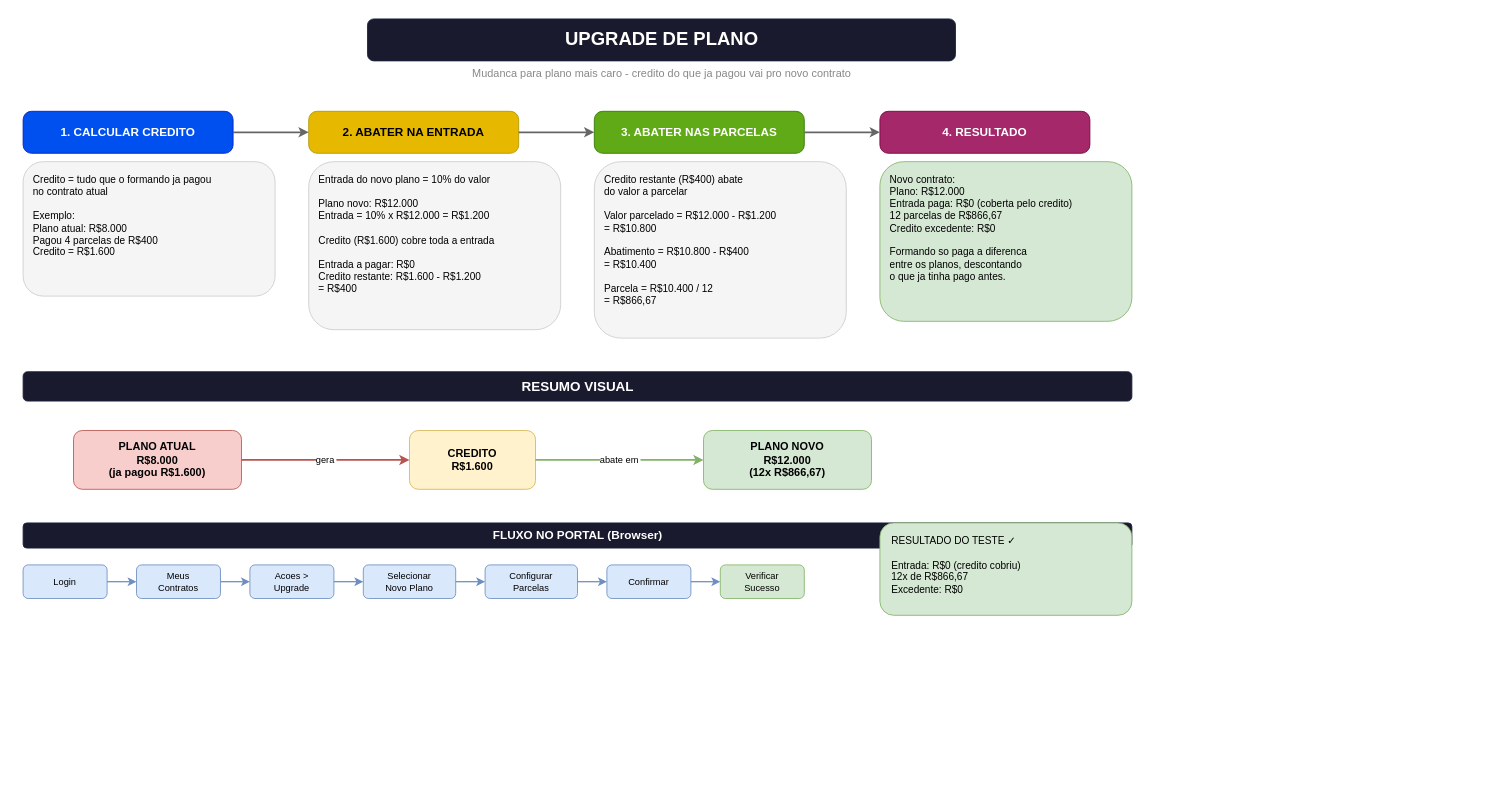
The draw.io diagram docs/upgrade.drawio in lucasaugustodev/cli-hub-portal-vibe, before the edit. Source tidied: cells renumbered, new cells numbered last; positions are measured from the earlier drawing's top-left corner, leaving out a move shared by most shapes. Both pictures are drawn from the tidied source at 84%, with x=0, y=0 at pixel (23, 18).
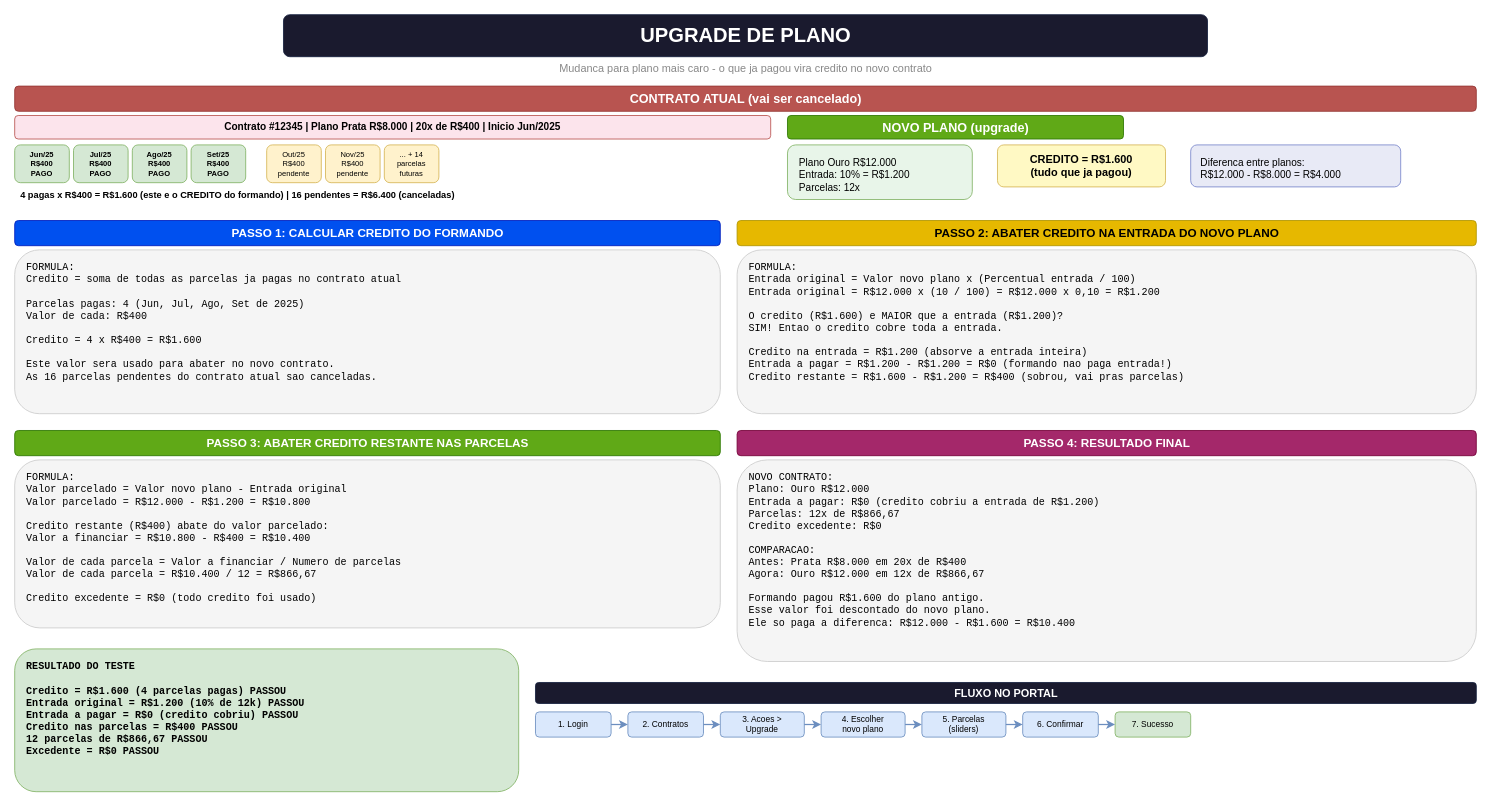
The same page after the edit.

Commit message:
docs: improve upgrade diagram with visual contract example

Change to the diagram source:
```diff
@@
-    <mxCell id="2" value="UPGRADE DE PLANO" style="text;html=1;align=center;verticalAlign=middle;fontSize=22;fontStyle=1;fillColor=#1a1a2e;fontColor=#FFFFFF;rounded=1;strokeColor=#16213e;spacingTop=8;spacingBottom=8;" parent="1" vertex="1">
-      <mxGeometry x="410" width="700" height="50" as="geometry" />
+    <mxCell id="2" value="UPGRADE DE PLANO" style="text;html=1;align=center;verticalAlign=middle;fontSize=24;fontStyle=1;fillColor=#1a1a2e;fontColor=#FFFFFF;rounded=1;strokeColor=#16213e;spacingTop=8;spacingBottom=8;" parent="1" vertex="1">
+      <mxGeometry x="310" y="-5" width="1100" height="50" as="geometry" />
     </mxCell>
-    <mxCell id="3" value="Mudanca para plano mais caro - credito do que ja pagou vai pro novo contrato" style="text;html=1;align=center;verticalAlign=middle;fontSize=13;fontColor=#888888;" parent="1" vertex="1">
-      <mxGeometry x="360" y="52" width="800" height="25" as="geometry" />
+    <mxCell id="3" value="Mudanca para plano mais caro - o que ja pagou vira credito no novo contrato" style="text;html=1;align=center;verticalAlign=middle;fontSize=13;fontColor=#888888;" parent="1" vertex="1">
+      <mxGeometry x="360" y="48" width="1000" height="22" as="geometry" />
     </mxCell>
-    <mxCell id="4" value="1. CALCULAR CREDITO" style="rounded=1;whiteSpace=wrap;html=1;fillColor=#0050ef;fontColor=#ffffff;strokeColor=#001DBC;fontSize=14;fontStyle=1;arcSize=20;" parent="1" vertex="1">
-      <mxGeometry y="110" width="250" height="50" as="geometry" />
-    </mxCell>
-    <mxCell id="5" value="Credito = tudo que o formando ja pagou&#10;no contrato atual&#10;&#10;Exemplo:&#10;  Plano atual: R$8.000&#10;  Pagou 4 parcelas de R$400&#10;  Credito = R$1.600" style="rounded=1;whiteSpace=wrap;html=1;fillColor=#f5f5f5;strokeColor=#CCCCCC;fontSize=12;align=left;spacingLeft=10;spacingRight=10;verticalAlign=top;spacingTop=8;" parent="1" vertex="1">
-      <mxGeometry y="170" width="300" height="160" as="geometry" />
-    </mxCell>
-    <mxCell id="6" value="2. ABATER NA ENTRADA" style="rounded=1;whiteSpace=wrap;html=1;fillColor=#e6b800;fontColor=#000000;strokeColor=#B09500;fontSize=14;fontStyle=1;arcSize=20;" parent="1" vertex="1">
-      <mxGeometry x="340" y="110" width="250" height="50" as="geometry" />
-    </mxCell>
-    <mxCell id="7" value="Entrada do novo plano = 10% do valor&#10;&#10;Plano novo: R$12.000&#10;Entrada = 10% x R$12.000 = R$1.200&#10;&#10;Credito (R$1.600) cobre toda a entrada&#10;&#10;Entrada a pagar: R$0&#10;Credito restante: R$1.600 - R$1.200&#10;                = R$400" style="rounded=1;whiteSpace=wrap;html=1;fillColor=#f5f5f5;strokeColor=#CCCCCC;fontSize=12;align=left;spacingLeft=10;spacingRight=10;verticalAlign=top;spacingTop=8;" parent="1" vertex="1">
-      <mxGeometry x="340" y="170" width="300" height="200" as="geometry" />
-    </mxCell>
-    <mxCell id="8" style="edgeStyle=orthogonalEdgeStyle;rounded=1;strokeWidth=2;strokeColor=#666666;" parent="1" edge="1" source="4" target="6">
-      <mxGeometry relative="1" as="geometry" />
-    </mxCell>
-    <mxCell id="9" value="3. ABATER NAS PARCELAS" style="rounded=1;whiteSpace=wrap;html=1;fillColor=#60a917;fontColor=#ffffff;strokeColor=#2D7600;fontSize=14;fontStyle=1;arcSize=20;" parent="1" vertex="1">
-      <mxGeometry x="680" y="110" width="250" height="50" as="geometry" />
-    </mxCell>
-    <mxCell id="10" value="Credito restante (R$400) abate&#10;do valor a parcelar&#10;&#10;Valor parcelado = R$12.000 - R$1.200&#10;               = R$10.800&#10;&#10;Abatimento = R$10.800 - R$400&#10;           = R$10.400&#10;&#10;Parcela = R$10.400 / 12&#10;        = R$866,67" style="rounded=1;whiteSpace=wrap;html=1;fillColor=#f5f5f5;strokeColor=#CCCCCC;fontSize=12;align=left;spacingLeft=10;spacingRight=10;verticalAlign=top;spacingTop=8;" parent="1" vertex="1">
-      <mxGeometry x="680" y="170" width="300" height="210" as="geometry" />
-    </mxCell>
-    <mxCell id="11" style="edgeStyle=orthogonalEdgeStyle;rounded=1;strokeWidth=2;strokeColor=#666666;" parent="1" edge="1" source="6" target="9">
-      <mxGeometry relative="1" as="geometry" />
-    </mxCell>
-    <mxCell id="12" value="4. RESULTADO" style="rounded=1;whiteSpace=wrap;html=1;fillColor=#a4286a;fontColor=#ffffff;strokeColor=#740037;fontSize=14;fontStyle=1;arcSize=20;" parent="1" vertex="1">
-      <mxGeometry x="1020" y="110" width="250" height="50" as="geometry" />
-    </mxCell>
-    <mxCell id="13" value="Novo contrato:&#10;  Plano: R$12.000&#10;  Entrada paga: R$0 (coberta pelo credito)&#10;  12 parcelas de R$866,67&#10;  Credito excedente: R$0&#10;&#10;Formando so paga a diferenca&#10;entre os planos, descontando&#10;o que ja tinha pago antes." style="rounded=1;whiteSpace=wrap;html=1;fillColor=#d5e8d4;strokeColor=#82b366;fontSize=12;align=left;spacingLeft=10;spacingRight=10;verticalAlign=top;spacingTop=8;" parent="1" vertex="1">
-      <mxGeometry x="1020" y="170" width="300" height="190" as="geometry" />
-    </mxCell>
-    <mxCell id="14" style="edgeStyle=orthogonalEdgeStyle;rounded=1;strokeWidth=2;strokeColor=#666666;" parent="1" edge="1" source="9" target="12">
-      <mxGeometry relative="1" as="geometry" />
-    </mxCell>
-    <mxCell id="15" value="RESUMO VISUAL" style="text;html=1;align=center;verticalAlign=middle;fontSize=16;fontStyle=1;fillColor=#1a1a2e;fontColor=#FFFFFF;rounded=1;strokeColor=#16213e;spacingTop=5;spacingBottom=5;" parent="1" vertex="1">
-      <mxGeometry y="420" width="1320" height="35" as="geometry" />
-    </mxCell>
-    <mxCell id="16" value="PLANO ATUAL&#10;R$8.000&#10;(ja pagou R$1.600)" style="rounded=1;whiteSpace=wrap;html=1;fillColor=#f8cecc;strokeColor=#b85450;fontSize=13;fontStyle=1;" parent="1" vertex="1">
-      <mxGeometry x="60" y="490" width="200" height="70" as="geometry" />
-    </mxCell>
-    <mxCell id="17" value="CREDITO&#10;R$1.600" style="rounded=1;whiteSpace=wrap;html=1;fillColor=#fff2cc;strokeColor=#d6b656;fontSize=13;fontStyle=1;" parent="1" vertex="1">
-      <mxGeometry x="460" y="490" width="150" height="70" as="geometry" />
-    </mxCell>
-    <mxCell id="18" value="PLANO NOVO&#10;R$12.000&#10;(12x R$866,67)" style="rounded=1;whiteSpace=wrap;html=1;fillColor=#d5e8d4;strokeColor=#82b366;fontSize=13;fontStyle=1;" parent="1" vertex="1">
-      <mxGeometry x="810" y="490" width="200" height="70" as="geometry" />
-    </mxCell>
-    <mxCell id="19" value="gera" style="edgeStyle=orthogonalEdgeStyle;rounded=1;strokeWidth=2;strokeColor=#b85450;fontSize=11;" parent="1" edge="1" source="16" target="17">
-      <mxGeometry relative="1" as="geometry" />
-    </mxCell>
-    <mxCell id="20" value="abate em" style="edgeStyle=orthogonalEdgeStyle;rounded=1;strokeWidth=2;strokeColor=#82b366;fontSize=11;" parent="1" edge="1" source="17" target="18">
-      <mxGeometry relative="1" as="geometry" />
-    </mxCell>
+    <mxCell id="36" value="CONTRATO ATUAL (vai ser cancelado)" style="text;html=1;align=center;verticalAlign=middle;fontSize=15;fontStyle=1;fillColor=#b85450;fontColor=#FFFFFF;rounded=1;strokeColor=#943634;" parent="1" vertex="1">
+      <mxGeometry x="-10" y="80" width="1740" height="30" as="geometry" />
+    </mxCell>
+    <mxCell id="37" value="Contrato #12345  |  Plano Prata R$8.000  |  20x de R$400  |  Inicio Jun/2025" style="rounded=1;whiteSpace=wrap;html=1;fillColor=#fce4ec;strokeColor=#b85450;fontSize=12;fontStyle=1;align=center;" parent="1" vertex="1">
+      <mxGeometry x="-10" y="115" width="900" height="28" as="geometry" />
+    </mxCell>
+    <mxCell id="38" value="Jun/25&#10;R$400&#10;PAGO" style="rounded=1;whiteSpace=wrap;html=1;fillColor=#d5e8d4;strokeColor=#82b366;fontSize=9;fontStyle=1;" parent="1" vertex="1">
+      <mxGeometry x="-10" y="150" width="65" height="45" as="geometry" />
+    </mxCell>
+    <mxCell id="39" value="Jul/25&#10;R$400&#10;PAGO" style="rounded=1;whiteSpace=wrap;html=1;fillColor=#d5e8d4;strokeColor=#82b366;fontSize=9;fontStyle=1;" parent="1" vertex="1">
+      <mxGeometry x="60" y="150" width="65" height="45" as="geometry" />
+    </mxCell>
+    <mxCell id="40" value="Ago/25&#10;R$400&#10;PAGO" style="rounded=1;whiteSpace=wrap;html=1;fillColor=#d5e8d4;strokeColor=#82b366;fontSize=9;fontStyle=1;" parent="1" vertex="1">
+      <mxGeometry x="130" y="150" width="65" height="45" as="geometry" />
+    </mxCell>
+    <mxCell id="41" value="Set/25&#10;R$400&#10;PAGO" style="rounded=1;whiteSpace=wrap;html=1;fillColor=#d5e8d4;strokeColor=#82b366;fontSize=9;fontStyle=1;" parent="1" vertex="1">
+      <mxGeometry x="200" y="150" width="65" height="45" as="geometry" />
+    </mxCell>
+    <mxCell id="42" value="Out/25&#10;R$400&#10;pendente" style="rounded=1;whiteSpace=wrap;html=1;fillColor=#fff2cc;strokeColor=#d6b656;fontSize=9;" parent="1" vertex="1">
+      <mxGeometry x="290" y="150" width="65" height="45" as="geometry" />
+    </mxCell>
+    <mxCell id="43" value="Nov/25&#10;R$400&#10;pendente" style="rounded=1;whiteSpace=wrap;html=1;fillColor=#fff2cc;strokeColor=#d6b656;fontSize=9;" parent="1" vertex="1">
+      <mxGeometry x="360" y="150" width="65" height="45" as="geometry" />
+    </mxCell>
+    <mxCell id="44" value="... + 14&#10;parcelas&#10;futuras" style="rounded=1;whiteSpace=wrap;html=1;fillColor=#fff2cc;strokeColor=#d6b656;fontSize=9;" parent="1" vertex="1">
+      <mxGeometry x="430" y="150" width="65" height="45" as="geometry" />
+    </mxCell>
+    <mxCell id="45" value="4 pagas x R$400 = R$1.600 (este e o CREDITO do formando)  |  16 pendentes = R$6.400 (canceladas)" style="text;html=1;align=left;verticalAlign=middle;fontSize=11;fontStyle=1;spacingLeft=5;" parent="1" vertex="1">
+      <mxGeometry x="-10" y="200" width="900" height="20" as="geometry" />
+    </mxCell>
+    <mxCell id="46" value="NOVO PLANO (upgrade)" style="text;html=1;align=center;verticalAlign=middle;fontSize=15;fontStyle=1;fillColor=#60a917;fontColor=#FFFFFF;rounded=1;strokeColor=#2D7600;" parent="1" vertex="1">
+      <mxGeometry x="910" y="115" width="400" height="28" as="geometry" />
+    </mxCell>
+    <mxCell id="47" value="Plano Ouro R$12.000&#10;Entrada: 10% = R$1.200&#10;Parcelas: 12x" style="rounded=1;whiteSpace=wrap;html=1;fillColor=#e8f5e9;strokeColor=#82b366;fontSize=12;align=left;spacingLeft=12;verticalAlign=top;spacingTop=8;" parent="1" vertex="1">
+      <mxGeometry x="910" y="150" width="220" height="65" as="geometry" />
+    </mxCell>
+    <mxCell id="48" value="CREDITO = R$1.600&#10;(tudo que ja pagou)" style="rounded=1;whiteSpace=wrap;html=1;fillColor=#fff9c4;strokeColor=#d6b656;fontSize=13;fontStyle=1;align=center;" parent="1" vertex="1">
+      <mxGeometry x="1160" y="150" width="200" height="50" as="geometry" />
+    </mxCell>
+    <mxCell id="49" value="Diferenca entre planos:&#10;R$12.000 - R$8.000 = R$4.000" style="rounded=1;whiteSpace=wrap;html=1;fillColor=#e8eaf6;strokeColor=#7986CB;fontSize=12;align=left;spacingLeft=10;verticalAlign=top;spacingTop=8;" parent="1" vertex="1">
+      <mxGeometry x="1390" y="150" width="250" height="50" as="geometry" />
+    </mxCell>
+    <mxCell id="50" value="PASSO 1: CALCULAR CREDITO DO FORMANDO" style="text;html=1;align=center;verticalAlign=middle;fontSize=14;fontStyle=1;fillColor=#0050ef;fontColor=#FFFFFF;rounded=1;strokeColor=#001DBC;" parent="1" vertex="1">
+      <mxGeometry x="-10" y="240" width="840" height="30" as="geometry" />
+    </mxCell>
+    <mxCell id="51" value="FORMULA:&#10;  Credito = soma de todas as parcelas ja pagas no contrato atual&#10;&#10;  Parcelas pagas: 4 (Jun, Jul, Ago, Set de 2025)&#10;  Valor de cada: R$400&#10;&#10;  Credito = 4 x R$400 = R$1.600&#10;&#10;  Este valor sera usado para abater no novo contrato.&#10;  As 16 parcelas pendentes do contrato atual sao canceladas." style="rounded=1;whiteSpace=wrap;html=1;fillColor=#f5f5f5;strokeColor=#CCCCCC;fontSize=12;align=left;spacingLeft=12;verticalAlign=top;spacingTop=8;fontFamily=Courier New;" parent="1" vertex="1">
+      <mxGeometry x="-10" y="275" width="840" height="195" as="geometry" />
+    </mxCell>
+    <mxCell id="52" value="PASSO 2: ABATER CREDITO NA ENTRADA DO NOVO PLANO" style="text;html=1;align=center;verticalAlign=middle;fontSize=14;fontStyle=1;fillColor=#e6b800;fontColor=#000000;rounded=1;strokeColor=#B09500;" parent="1" vertex="1">
+      <mxGeometry x="850" y="240" width="880" height="30" as="geometry" />
+    </mxCell>
+    <mxCell id="53" value="FORMULA:&#10;  Entrada original = Valor novo plano x (Percentual entrada / 100)&#10;  Entrada original = R$12.000 x (10 / 100) = R$12.000 x 0,10 = R$1.200&#10;&#10;  O credito (R$1.600) e MAIOR que a entrada (R$1.200)?&#10;  SIM! Entao o credito cobre toda a entrada.&#10;&#10;  Credito na entrada = R$1.200 (absorve a entrada inteira)&#10;  Entrada a pagar    = R$1.200 - R$1.200 = R$0 (formando nao paga entrada!)&#10;  Credito restante   = R$1.600 - R$1.200 = R$400 (sobrou, vai pras parcelas)" style="rounded=1;whiteSpace=wrap;html=1;fillColor=#f5f5f5;strokeColor=#CCCCCC;fontSize=12;align=left;spacingLeft=12;verticalAlign=top;spacingTop=8;fontFamily=Courier New;" parent="1" vertex="1">
+      <mxGeometry x="850" y="275" width="880" height="195" as="geometry" />
+    </mxCell>
+    <mxCell id="54" value="PASSO 3: ABATER CREDITO RESTANTE NAS PARCELAS" style="text;html=1;align=center;verticalAlign=middle;fontSize=14;fontStyle=1;fillColor=#60a917;fontColor=#FFFFFF;rounded=1;strokeColor=#2D7600;" parent="1" vertex="1">
+      <mxGeometry x="-10" y="490" width="840" height="30" as="geometry" />
+    </mxCell>
+    <mxCell id="55" value="FORMULA:&#10;  Valor parcelado = Valor novo plano - Entrada original&#10;  Valor parcelado = R$12.000 - R$1.200 = R$10.800&#10;&#10;  Credito restante (R$400) abate do valor parcelado:&#10;  Valor a financiar = R$10.800 - R$400 = R$10.400&#10;&#10;  Valor de cada parcela = Valor a financiar / Numero de parcelas&#10;  Valor de cada parcela = R$10.400 / 12 = R$866,67&#10;&#10;  Credito excedente = R$0 (todo credito foi usado)" style="rounded=1;whiteSpace=wrap;html=1;fillColor=#f5f5f5;strokeColor=#CCCCCC;fontSize=12;align=left;spacingLeft=12;verticalAlign=top;spacingTop=8;fontFamily=Courier New;" parent="1" vertex="1">
+      <mxGeometry x="-10" y="525" width="840" height="200" as="geometry" />
+    </mxCell>
+    <mxCell id="56" value="PASSO 4: RESULTADO FINAL" style="text;html=1;align=center;verticalAlign=middle;fontSize=14;fontStyle=1;fillColor=#a4286a;fontColor=#ffffff;rounded=1;strokeColor=#740037;" parent="1" vertex="1">
+      <mxGeometry x="850" y="490" width="880" height="30" as="geometry" />
+    </mxCell>
+    <mxCell id="57" value="NOVO CONTRATO:&#10;  Plano: Ouro R$12.000&#10;  Entrada a pagar: R$0 (credito cobriu a entrada de R$1.200)&#10;  Parcelas: 12x de R$866,67&#10;  Credito excedente: R$0&#10;&#10;COMPARACAO:&#10;  Antes: Prata R$8.000 em 20x de R$400&#10;  Agora: Ouro R$12.000 em 12x de R$866,67&#10;&#10;  Formando pagou R$1.600 do plano antigo.&#10;  Esse valor foi descontado do novo plano.&#10;  Ele so paga a diferenca: R$12.000 - R$1.600 = R$10.400" style="rounded=1;whiteSpace=wrap;html=1;fillColor=#f5f5f5;strokeColor=#CCCCCC;fontSize=12;align=left;spacingLeft=12;verticalAlign=top;spacingTop=8;fontFamily=Courier New;" parent="1" vertex="1">
+      <mxGeometry x="850" y="525" width="880" height="240" as="geometry" />
+    </mxCell>
+    <mxCell id="35" value="RESULTADO DO TESTE&#10;&#10;  Credito = R$1.600 (4 parcelas pagas)       PASSOU&#10;  Entrada original = R$1.200 (10% de 12k)     PASSOU&#10;  Entrada a pagar = R$0 (credito cobriu)       PASSOU&#10;  Credito nas parcelas = R$400                 PASSOU&#10;  12 parcelas de R$866,67                      PASSOU&#10;  Excedente = R$0                              PASSOU" style="rounded=1;whiteSpace=wrap;html=1;fillColor=#d5e8d4;strokeColor=#82b366;fontSize=12;align=left;spacingLeft=12;verticalAlign=top;spacingTop=8;fontFamily=Courier New;fontStyle=1;" parent="1" vertex="1">
+      <mxGeometry x="-10" y="750" width="600" height="170" as="geometry" />
+    </mxCell>
-    <mxCell id="21" value="FLUXO NO PORTAL (Browser)" style="text;html=1;align=center;verticalAlign=middle;fontSize=14;fontStyle=1;fillColor=#1a1a2e;fontColor=#FFFFFF;rounded=1;strokeColor=#16213e;spacingTop=4;spacingBottom=4;" parent="1" vertex="1">
-      <mxGeometry y="600" width="1320" height="30" as="geometry" />
+    <mxCell id="21" value="FLUXO NO PORTAL" style="text;html=1;align=center;verticalAlign=middle;fontSize=13;fontStyle=1;fillColor=#1a1a2e;fontColor=#FFFFFF;rounded=1;strokeColor=#16213e;" parent="1" vertex="1">
+      <mxGeometry x="610" y="790" width="1120" height="25" as="geometry" />
     </mxCell>
-    <mxCell id="22" value="Login" style="rounded=1;whiteSpace=wrap;html=1;fillColor=#dae8fc;strokeColor=#6c8ebf;fontSize=11;" parent="1" vertex="1">
-      <mxGeometry y="650" width="100" height="40" as="geometry" />
+    <mxCell id="22" value="1. Login" style="rounded=1;whiteSpace=wrap;html=1;fillColor=#dae8fc;strokeColor=#6c8ebf;fontSize=10;" parent="1" vertex="1">
+      <mxGeometry x="610" y="825" width="90" height="30" as="geometry" />
     </mxCell>
-    <mxCell id="23" value="Meus&#10;Contratos" style="rounded=1;whiteSpace=wrap;html=1;fillColor=#dae8fc;strokeColor=#6c8ebf;fontSize=11;" parent="1" vertex="1">
-      <mxGeometry x="135" y="650" width="100" height="40" as="geometry" />
+    <mxCell id="23" value="2. Contratos" style="rounded=1;whiteSpace=wrap;html=1;fillColor=#dae8fc;strokeColor=#6c8ebf;fontSize=10;" parent="1" vertex="1">
+      <mxGeometry x="720" y="825" width="90" height="30" as="geometry" />
     </mxCell>
-    <mxCell id="24" value="Acoes &gt;&#10;Upgrade" style="rounded=1;whiteSpace=wrap;html=1;fillColor=#dae8fc;strokeColor=#6c8ebf;fontSize=11;" parent="1" vertex="1">
-      <mxGeometry x="270" y="650" width="100" height="40" as="geometry" />
+    <mxCell id="24" value="3. Acoes &gt;&#10;Upgrade" style="rounded=1;whiteSpace=wrap;html=1;fillColor=#dae8fc;strokeColor=#6c8ebf;fontSize=10;" parent="1" vertex="1">
+      <mxGeometry x="830" y="825" width="100" height="30" as="geometry" />
     </mxCell>
-    <mxCell id="25" value="Selecionar&#10;Novo Plano" style="rounded=1;whiteSpace=wrap;html=1;fillColor=#dae8fc;strokeColor=#6c8ebf;fontSize=11;" parent="1" vertex="1">
-      <mxGeometry x="405" y="650" width="110" height="40" as="geometry" />
+    <mxCell id="25" value="4. Escolher&#10;novo plano" style="rounded=1;whiteSpace=wrap;html=1;fillColor=#dae8fc;strokeColor=#6c8ebf;fontSize=10;" parent="1" vertex="1">
+      <mxGeometry x="950" y="825" width="100" height="30" as="geometry" />
     </mxCell>
-    <mxCell id="26" value="Configurar&#10;Parcelas" style="rounded=1;whiteSpace=wrap;html=1;fillColor=#dae8fc;strokeColor=#6c8ebf;fontSize=11;" parent="1" vertex="1">
-      <mxGeometry x="550" y="650" width="110" height="40" as="geometry" />
+    <mxCell id="26" value="5. Parcelas&#10;(sliders)" style="rounded=1;whiteSpace=wrap;html=1;fillColor=#dae8fc;strokeColor=#6c8ebf;fontSize=10;" parent="1" vertex="1">
+      <mxGeometry x="1070" y="825" width="100" height="30" as="geometry" />
     </mxCell>
-    <mxCell id="27" value="Confirmar" style="rounded=1;whiteSpace=wrap;html=1;fillColor=#dae8fc;strokeColor=#6c8ebf;fontSize=11;" parent="1" vertex="1">
-      <mxGeometry x="695" y="650" width="100" height="40" as="geometry" />
+    <mxCell id="27" value="6. Confirmar" style="rounded=1;whiteSpace=wrap;html=1;fillColor=#dae8fc;strokeColor=#6c8ebf;fontSize=10;" parent="1" vertex="1">
+      <mxGeometry x="1190" y="825" width="90" height="30" as="geometry" />
     </mxCell>
-    <mxCell id="28" value="Verificar&#10;Sucesso" style="rounded=1;whiteSpace=wrap;html=1;fillColor=#d5e8d4;strokeColor=#82b366;fontSize=11;" parent="1" vertex="1">
-      <mxGeometry x="830" y="650" width="100" height="40" as="geometry" />
+    <mxCell id="28" value="7. Sucesso" style="rounded=1;whiteSpace=wrap;html=1;fillColor=#d5e8d4;strokeColor=#82b366;fontSize=10;" parent="1" vertex="1">
+      <mxGeometry x="1300" y="825" width="90" height="30" as="geometry" />
     </mxCell>
@@
-    <mxCell id="35" value="RESULTADO DO TESTE  ✓&#10;&#10;Entrada: R$0 (credito cobriu)&#10;12x de R$866,67&#10;Excedente: R$0" style="rounded=1;whiteSpace=wrap;html=1;fillColor=#d5e8d4;strokeColor=#82b366;fontSize=12;align=left;spacingLeft=12;spacingRight=12;verticalAlign=top;spacingTop=8;" parent="1" vertex="1">
-      <mxGeometry x="1020" y="600" width="300" height="110" as="geometry" />
-    </mxCell>
```
